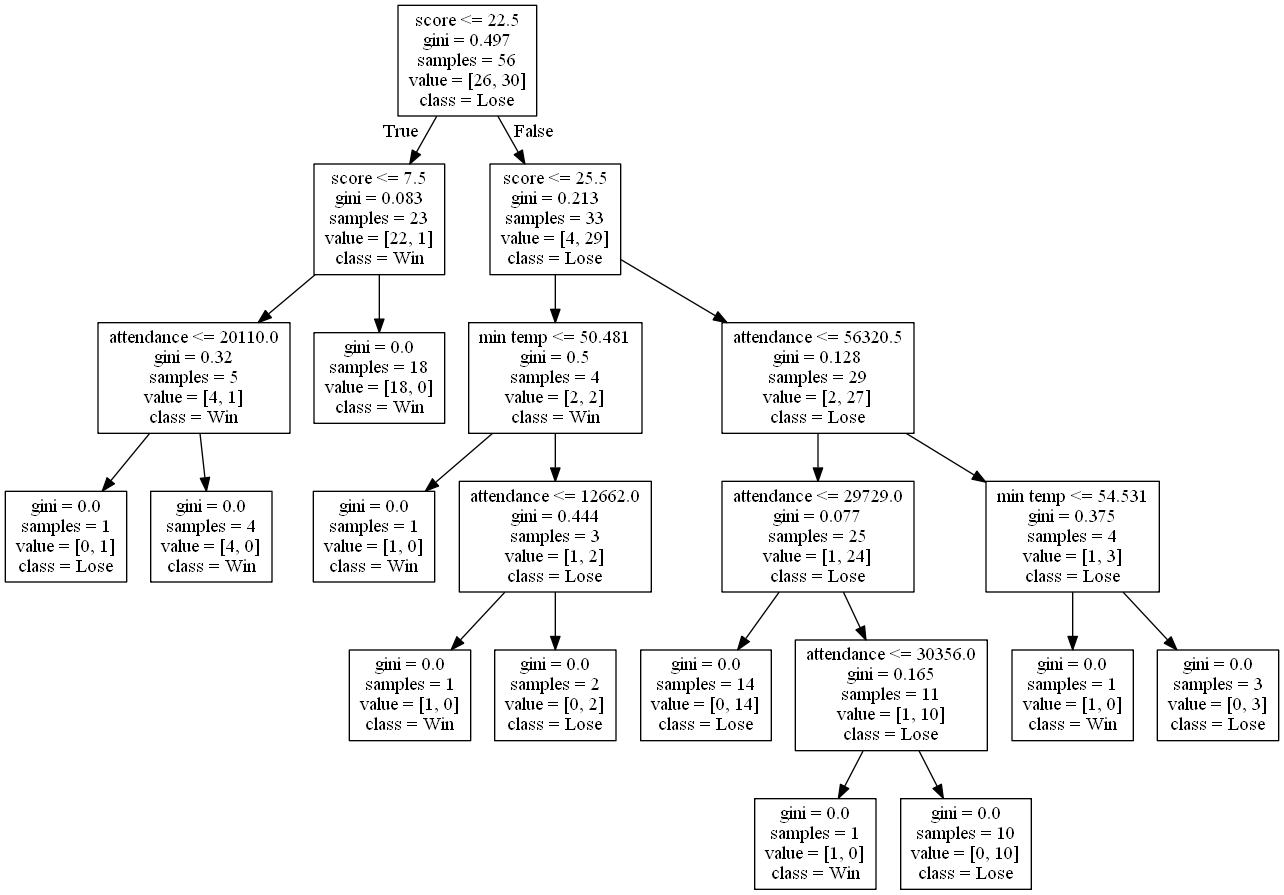
Above: DecisionTrees/decision_tree_with_score4.png in alexana-steck/CSE482Project (Graphviz), before the change. Its source is kept beside it as DecisionTrees/decision_tree_with_score4.dot.
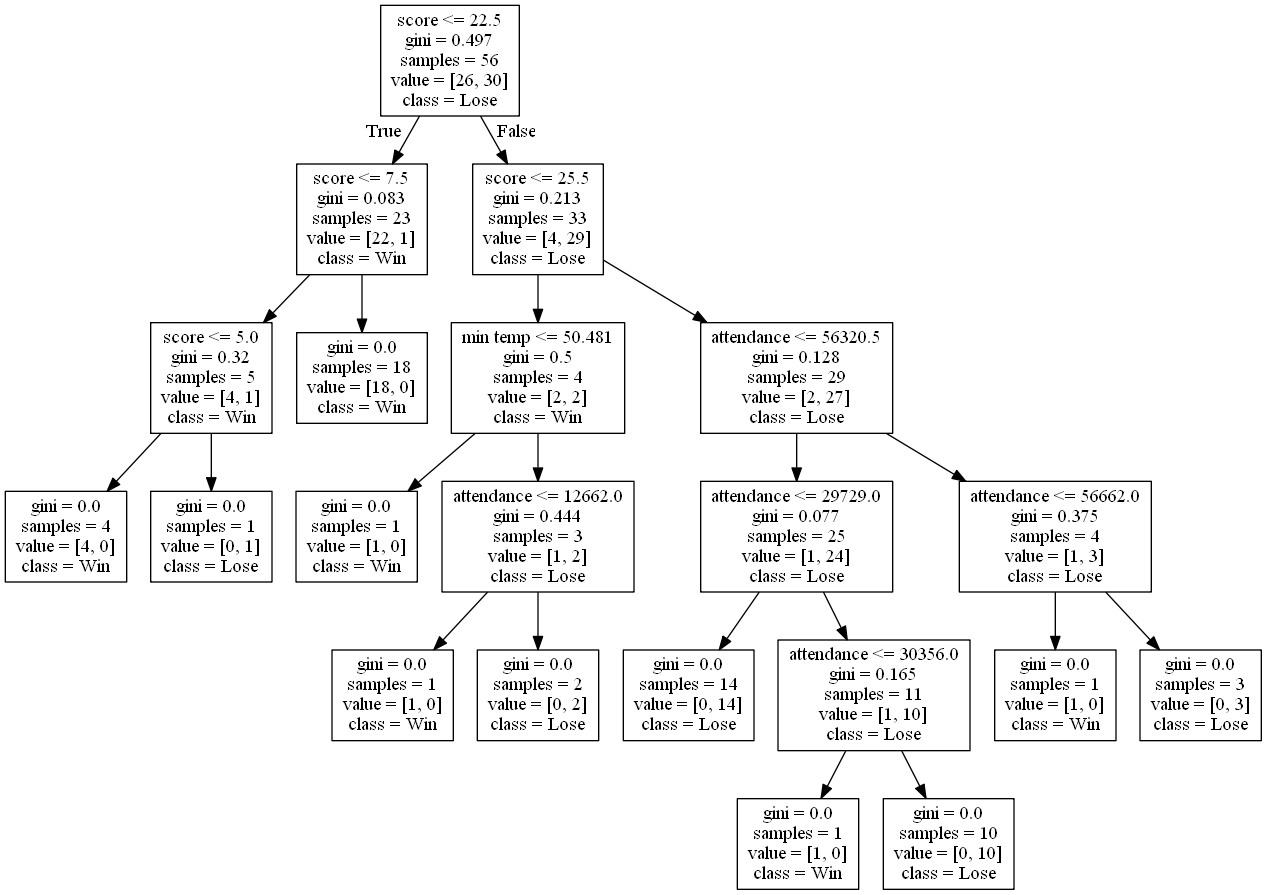
After the change.

Change to the diagram source:
```diff
@@ -3,11 +3,11 @@
 0 [label="score <= 22.5\ngini = 0.497\nsamples = 56\nvalue = [26, 30]\nclass = Lose"] ;
 1 [label="score <= 7.5\ngini = 0.083\nsamples = 23\nvalue = [22, 1]\nclass = Win"] ;
 0 -> 1 [labeldistance=2.5, labelangle=45, headlabel="True"] ;
-2 [label="attendance <= 20110.0\ngini = 0.32\nsamples = 5\nvalue = [4, 1]\nclass = Win"] ;
+2 [label="score <= 5.0\ngini = 0.32\nsamples = 5\nvalue = [4, 1]\nclass = Win"] ;
 1 -> 2 ;
-3 [label="gini = 0.0\nsamples = 1\nvalue = [0, 1]\nclass = Lose"] ;
+3 [label="gini = 0.0\nsamples = 4\nvalue = [4, 0]\nclass = Win"] ;
 2 -> 3 ;
-4 [label="gini = 0.0\nsamples = 4\nvalue = [4, 0]\nclass = Win"] ;
+4 [label="gini = 0.0\nsamples = 1\nvalue = [0, 1]\nclass = Lose"] ;
 2 -> 4 ;
 5 [label="gini = 0.0\nsamples = 18\nvalue = [18, 0]\nclass = Win"] ;
 1 -> 5 ;
@@ -35,7 +35,7 @@
 15 -> 16 ;
 17 [label="gini = 0.0\nsamples = 10\nvalue = [0, 10]\nclass = Lose"] ;
 15 -> 17 ;
-18 [label="min temp <= 54.531\ngini = 0.375\nsamples = 4\nvalue = [1, 3]\nclass = Lose"] ;
+18 [label="attendance <= 56662.0\ngini = 0.375\nsamples = 4\nvalue = [1, 3]\nclass = Lose"] ;
 12 -> 18 ;
 19 [label="gini = 0.0\nsamples = 1\nvalue = [1, 0]\nclass = Win"] ;
 18 -> 19 ;
```
